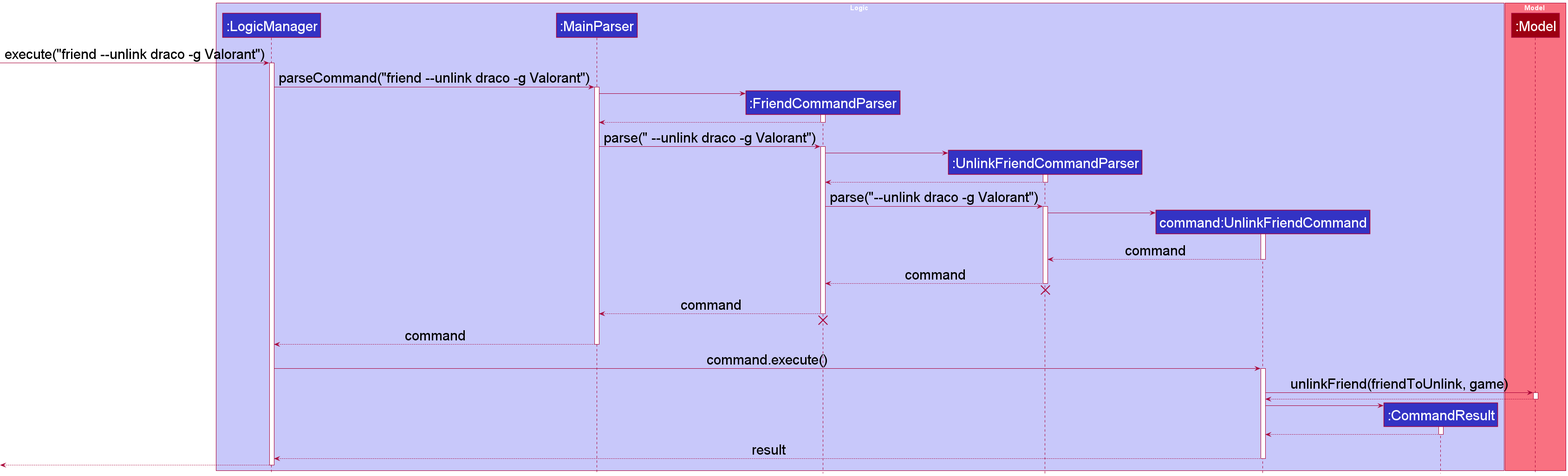
Above: docs/images/UnlinkSequenceDiagram1.png in nus-cs2103-AY2122S1/tp (PlantUML), before the change. The source it was exported from:
```plantuml
@startuml
!include style.puml
skinparam defaultFontSize 30

box Logic LOGIC_COLOR_T1
participant ":LogicManager" as LogicManager LOGIC_COLOR
participant ":MainParser" as MainParser LOGIC_COLOR
participant ":FriendCommandParser" as FriendCommandParser LOGIC_COLOR
participant ":UnlinkFriendCommandParser" as UnlinkFriendCommandParser LOGIC_COLOR
participant "command:UnlinkFriendCommand" as UnlinkFriendCommand LOGIC_COLOR
participant ":CommandResult" as CommandResult LOGIC_COLOR
end box

box Model MODEL_COLOR_T1
participant ":Model" as Model MODEL_COLOR
end box

[-> LogicManager : execute("friend --unlink draco -g Valorant")
activate LogicManager

LogicManager -> MainParser : parseCommand("friend --unlink draco -g Valorant")
activate MainParser

create FriendCommandParser
MainParser -> FriendCommandParser
activate FriendCommandParser

FriendCommandParser --> MainParser
deactivate FriendCommandParser

MainParser -> FriendCommandParser : parse(" --unlink draco -g Valorant")
activate FriendCommandParser

create UnlinkFriendCommandParser
FriendCommandParser -> UnlinkFriendCommandParser
activate UnlinkFriendCommandParser

UnlinkFriendCommandParser --> FriendCommandParser
deactivate UnlinkFriendCommandParser

FriendCommandParser -> UnlinkFriendCommandParser : parse("--unlink draco -g Valorant")
activate UnlinkFriendCommandParser

create UnlinkFriendCommand
UnlinkFriendCommandParser -> UnlinkFriendCommand
activate UnlinkFriendCommand

UnlinkFriendCommand --> UnlinkFriendCommandParser : command
deactivate UnlinkFriendCommand

UnlinkFriendCommandParser --> FriendCommandParser : command
deactivate UnlinkFriendCommandParser
UnlinkFriendCommandParser -[hidden]-> FriendCommandParser
destroy UnlinkFriendCommandParser

FriendCommandParser --> MainParser : command
deactivate FriendCommandParser
FriendCommandParser -[hidden]-> MainParser
destroy FriendCommandParser

MainParser --> LogicManager : command
deactivate MainParser

LogicManager -> UnlinkFriendCommand : command.execute()
activate UnlinkFriendCommand

UnlinkFriendCommand -> Model : unlinkFriend(friendToUnlink, game)
activate Model

Model --> UnlinkFriendCommand
deactivate Model

create CommandResult
UnlinkFriendCommand -> CommandResult
activate CommandResult

CommandResult --> UnlinkFriendCommand
deactivate CommandResult

UnlinkFriendCommand --> LogicManager : result
deactivate UnlinkFriendCommand

[<--LogicManager
deactivate LogicManager
@enduml
```
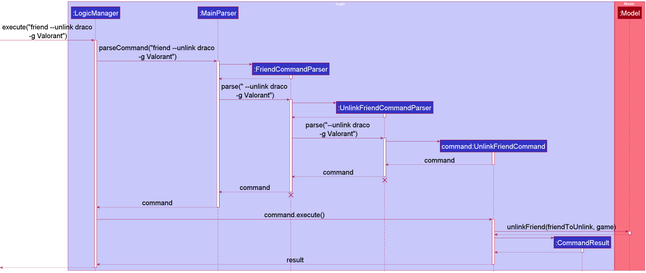
Later version of the same file.

Commit message:
Update sequence diagrams

Diff of the diagram source:
```diff
@@ -15,10 +15,10 @@
 participant ":Model" as Model MODEL_COLOR
 end box
 
-[-> LogicManager : execute("friend --unlink draco -g Valorant")
+[-> LogicManager : execute("friend --unlink draco\n -g Valorant")
 activate LogicManager
 
-LogicManager -> MainParser : parseCommand("friend --unlink draco -g Valorant")
+LogicManager -> MainParser : parseCommand("friend --unlink draco\n -g Valorant")
 activate MainParser
 
 create FriendCommandParser
@@ -28,7 +28,7 @@
 FriendCommandParser --> MainParser
 deactivate FriendCommandParser
 
-MainParser -> FriendCommandParser : parse(" --unlink draco -g Valorant")
+MainParser -> FriendCommandParser : parse(" --unlink draco\n -g Valorant")
 activate FriendCommandParser
 
 create UnlinkFriendCommandParser
@@ -38,7 +38,7 @@
 UnlinkFriendCommandParser --> FriendCommandParser
 deactivate UnlinkFriendCommandParser
 
-FriendCommandParser -> UnlinkFriendCommandParser : parse("--unlink draco -g Valorant")
+FriendCommandParser -> UnlinkFriendCommandParser : parse("--unlink draco\n -g Valorant")
 activate UnlinkFriendCommandParser
 
 create UnlinkFriendCommand
```
